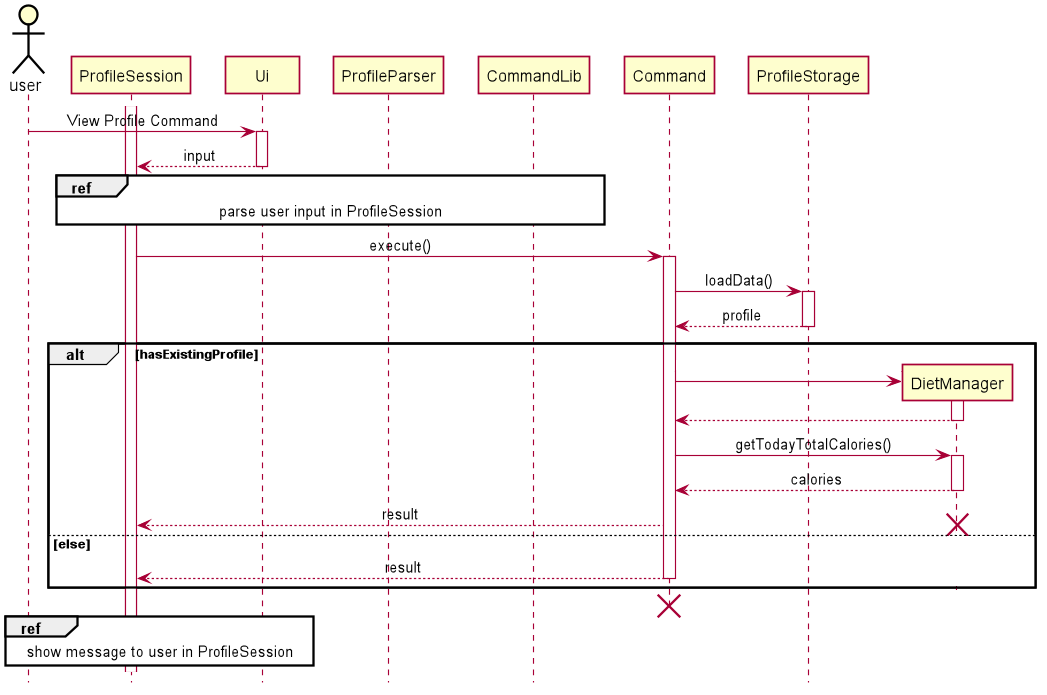
zsk612/tp keeps this PlantUML diagram as docs/pictures/khoa/ViewProfile.png. Above is the earlier version.
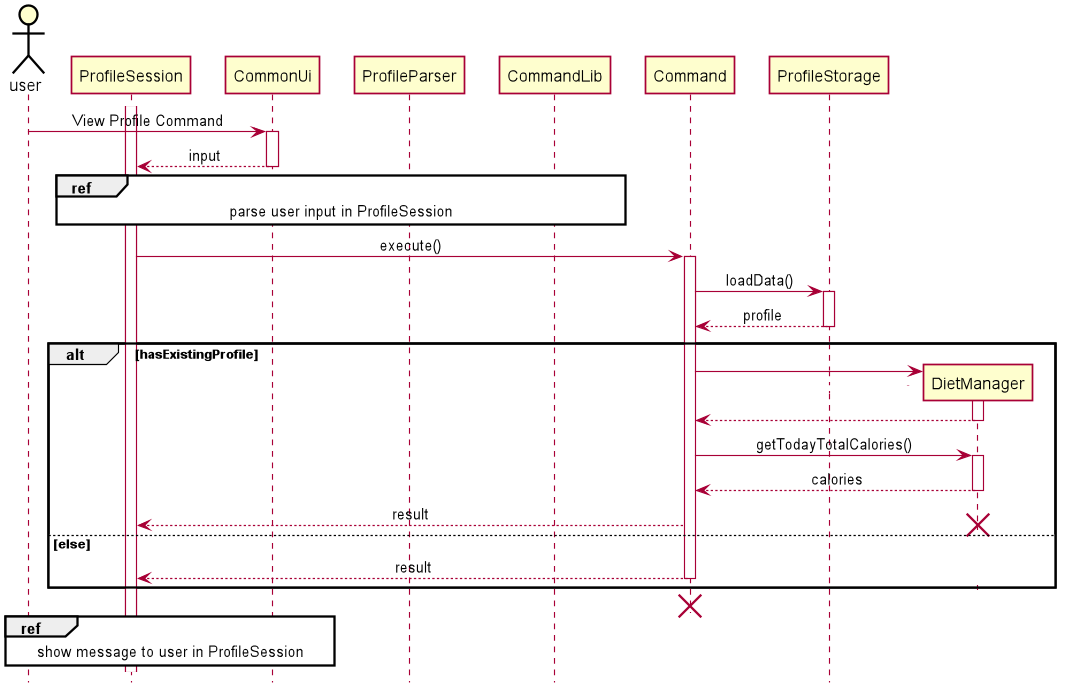
The same diagram one commit later.

Change to the diagram source:
```diff
@@ -5,9 +5,9 @@
 
 
 skinparam Class {
-    FontColor #FFFFFF
+    FontColor #000000
     BorderThickness 1
-    BorderColor #FFFFFF
+    BorderColor #000000
     StereotypeFontColor #FFFFFF
     FontName Arial
 }
@@ -43,8 +43,8 @@
 
 actor user
 activate ProfileSession
-user -> Ui++ : View Profile Command
-Ui --> ProfileSession -- : input
+user -> CommonUi++ : View Profile Command
+CommonUi --> ProfileSession -- : input
 
 ref over ProfileSession, ProfileParser, CommandLib: parse user input in ProfileSession
 
@@ -67,5 +67,5 @@
 deactivate Command
 destroy Command
 
-ref over user, ProfileSession, Ui: show message to user in ProfileSession
+ref over user, ProfileSession, CommonUi: show message to user in ProfileSession
 @enduml
```
